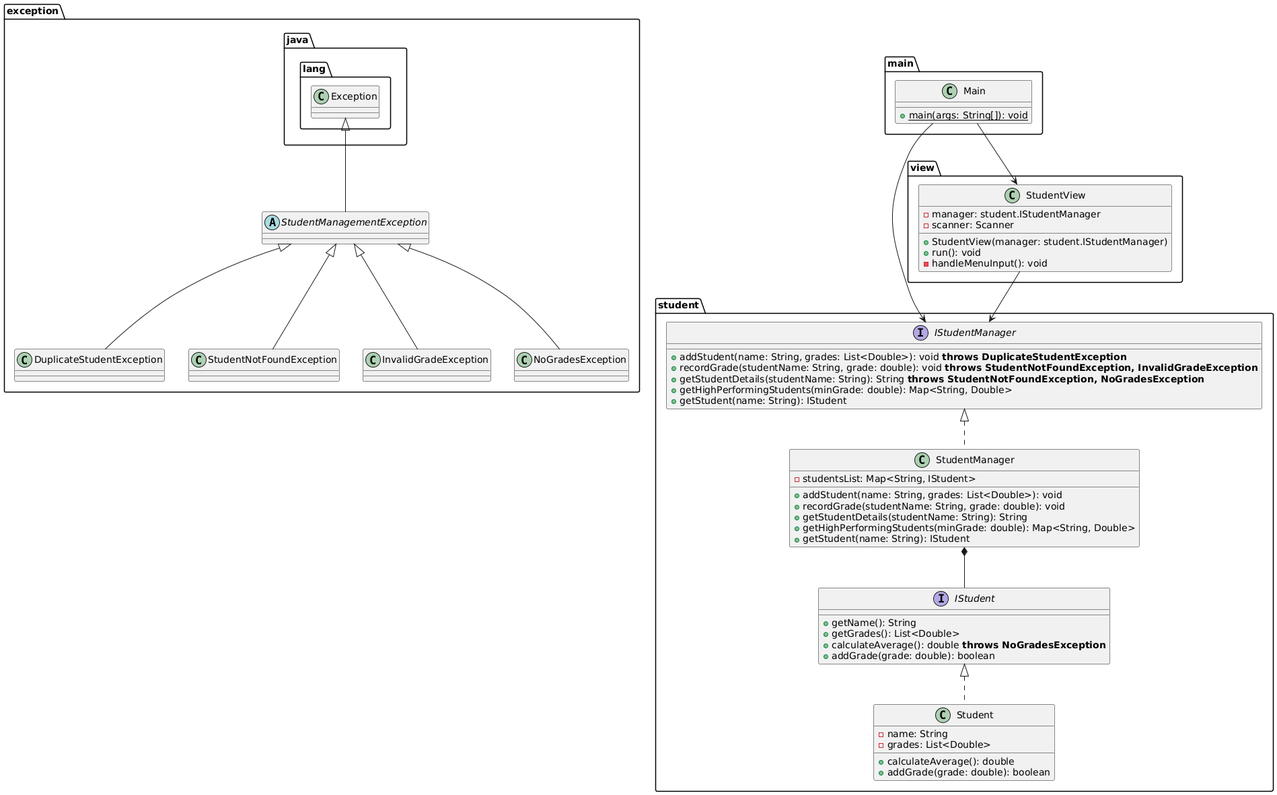
The PlantUML diagram assets/uml.png in javier-espada/student-management, before a commit.
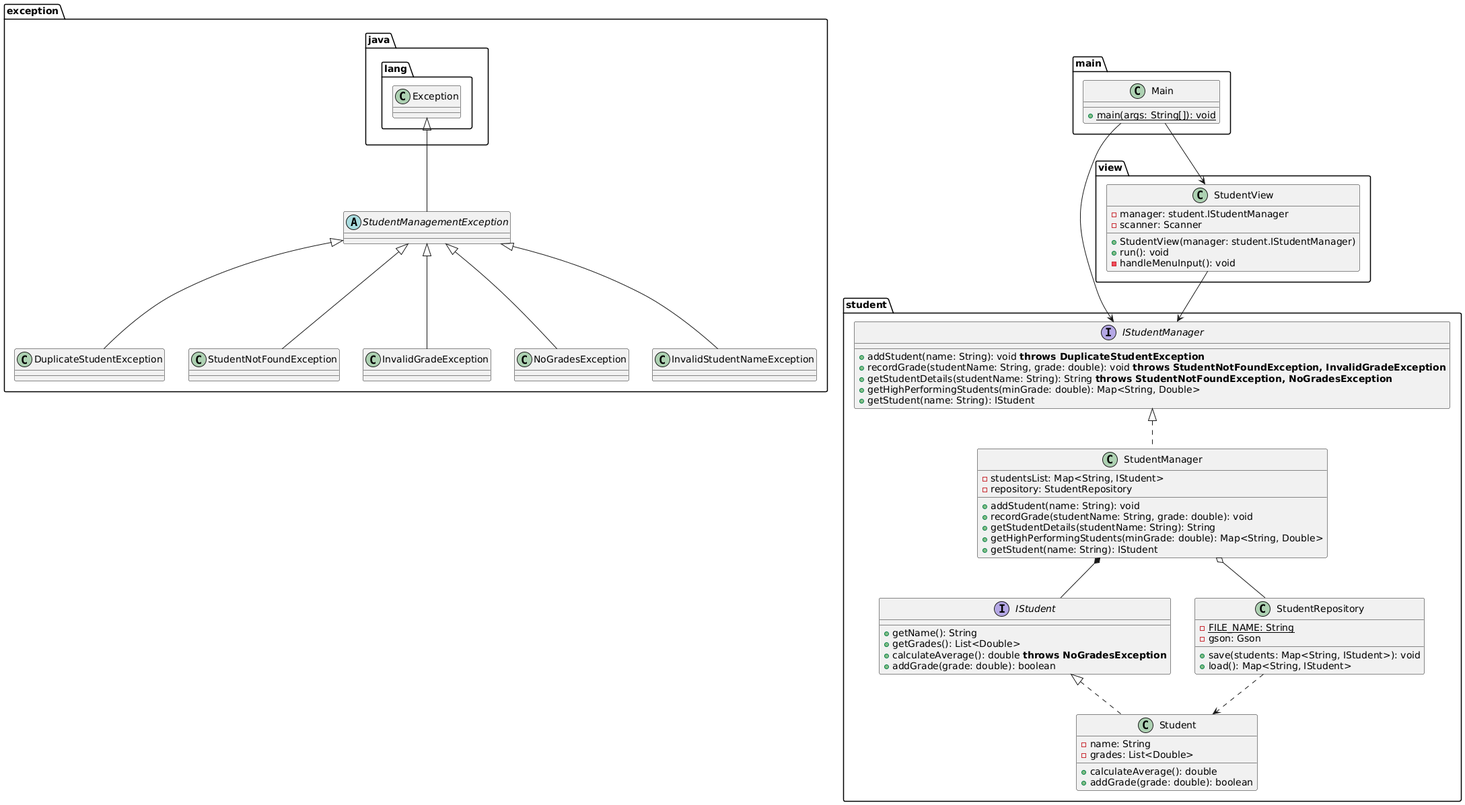
Above is the later version.

What changed in the source:
```diff
@@ -5,6 +5,8 @@
     class StudentNotFoundException extends StudentManagementException
     class InvalidGradeException extends StudentManagementException
     class NoGradesException extends StudentManagementException
+    class InvalidStudentNameException extends StudentManagementException
+
 }
 
 package student {
@@ -22,8 +24,15 @@
         + addGrade(grade: double): boolean
     }
 
+    class StudentRepository {
+        - FILE_NAME: String {static}
+        - gson: Gson
+        + save(students: Map<String, IStudent>): void
+        + load(): Map<String, IStudent>
+    }
+
     interface IStudentManager {
-        + addStudent(name: String, grades: List<Double>): void **throws DuplicateStudentException**
+        + addStudent(name: String): void **throws DuplicateStudentException**
         + recordGrade(studentName: String, grade: double): void **throws StudentNotFoundException, InvalidGradeException**
         + getStudentDetails(studentName: String): String **throws StudentNotFoundException, NoGradesException**
         + getHighPerformingStudents(minGrade: double): Map<String, Double>
@@ -32,7 +41,8 @@
 
     class StudentManager implements IStudentManager {
         - studentsList: Map<String, IStudent>
-        + addStudent(name: String, grades: List<Double>): void
+        - repository: StudentRepository
+        + addStudent(name: String): void
         + recordGrade(studentName: String, grade: double): void
         + getStudentDetails(studentName: String): String
         + getHighPerformingStudents(minGrade: double): Map<String, Double>
@@ -60,5 +70,8 @@
 main.Main --> view.StudentView
 
 view.StudentView --> student.IStudentManager
+
 student.StudentManager *-- student.IStudent
+student.StudentManager o-- student.StudentRepository
+student.StudentRepository ..> student.Student
 @enduml
```
